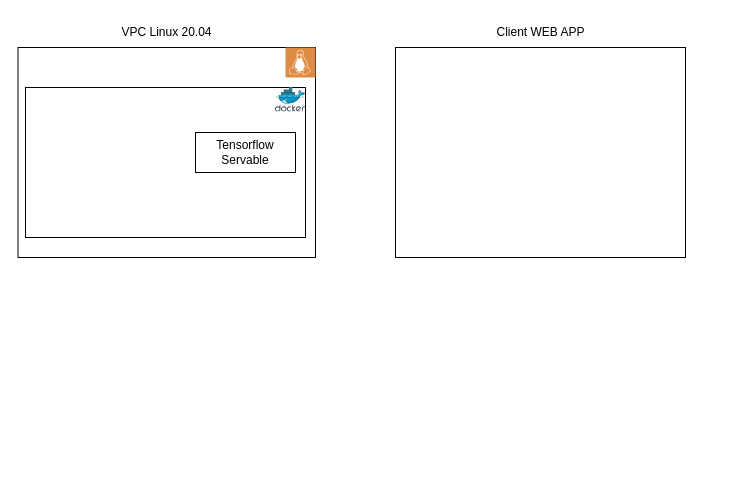
Before: designs/architecture/Tensorflow.drawio in UniversalDot/documents, a draw.io diagram. Source tidied: cells renumbered, new cells numbered last; positions are measured from the earlier drawing's top-left corner, leaving out a move shared by most shapes. Both pictures are drawn from the tidied source at 100%, with x=0, y=0 at pixel (17, 17). Pictures stored in the file or linked from it are replaced by grey dashed boxes.
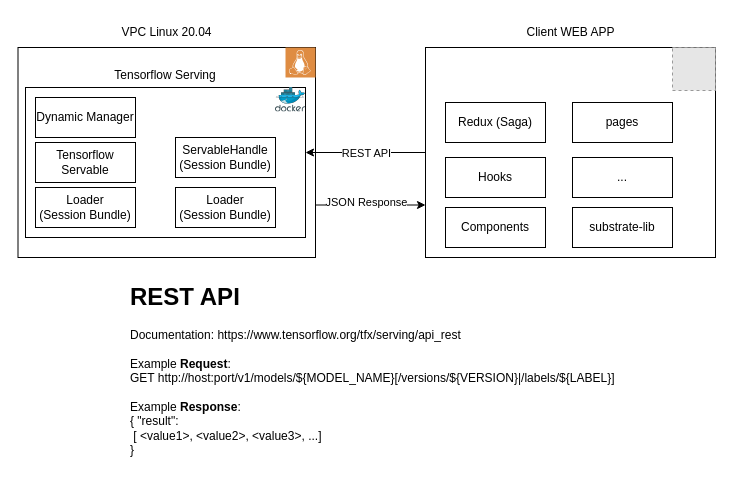
The same page after the edit.

Unchanged cells that the change refers to:
```xml
<mxCell id="3" style="rounded=0;whiteSpace=wrap;html=1;" parent="1" vertex="1">
  <mxGeometry x="0.5" y="30" width="297.5" height="210" as="geometry" />
</mxCell>
```

Diff of the diagram source:
```diff
@@
+    <mxCell id="10" style="edgeStyle=orthogonalEdgeStyle;rounded=0;jettySize=auto;html=1;entryX=0;entryY=0.75;entryDx=0;entryDy=0;exitX=1;exitY=0.75;exitDx=0;exitDy=0;" parent="1" edge="1" source="3" target="8">
+      <mxGeometry relative="1" as="geometry" />
+    </mxCell>
+    <mxCell id="11" value="JSON Response" style="edgeLabel;html=1;align=center;verticalAlign=middle;" parent="10" vertex="1">
+      <mxGeometry x="-0.1" y="3" relative="1" as="geometry" />
+    </mxCell>
@@
     <mxCell id="7" value="Tensorflow Servable" style="rounded=0;whiteSpace=wrap;html=1;" parent="1" vertex="1">
-      <mxGeometry x="178" y="115" width="100" height="40" as="geometry" />
+      <mxGeometry x="18" y="125" width="100" height="40" as="geometry" />
     </mxCell>
+    <mxCell id="12" value="REST API" style="edgeStyle=orthogonalEdgeStyle;rounded=0;jettySize=auto;html=1;" parent="1" edge="1" source="8">
+      <mxGeometry relative="1" as="geometry">
+        <mxPoint x="288" y="135" as="targetPoint" />
+      </mxGeometry>
+    </mxCell>
     <mxCell id="8" style="rounded=0;whiteSpace=wrap;html=1;" parent="1" vertex="1">
-      <mxGeometry x="378" y="30" width="290" height="210" as="geometry" />
+      <mxGeometry x="408" y="30" width="290" height="210" as="geometry" />
     </mxCell>
     <mxCell id="9" value="Client WEB APP" style="text;html=1;strokeColor=none;fillColor=none;align=center;verticalAlign=middle;whiteSpace=wrap;rounded=0;" parent="1" vertex="1">
-      <mxGeometry x="473.6" width="98.8" height="30" as="geometry" />
+      <mxGeometry x="503.6" width="98.8" height="30" as="geometry" />
     </mxCell>
+    <mxCell id="13" value="&lt;h1&gt;REST API&amp;nbsp;&lt;/h1&gt;Documentation: https://www.tensorflow.org/tfx/serving/api_rest&lt;div&gt;&lt;br&gt;&lt;/div&gt;&lt;div&gt;Example &lt;b&gt;Request&lt;/b&gt;:&lt;/div&gt;&lt;div&gt;GET http://host:port/v1/models/${MODEL_NAME}[/versions/${VERSION}|/labels/${LABEL}]&lt;br&gt;&lt;/div&gt;&lt;div&gt;&lt;br&gt;&lt;/div&gt;&lt;div&gt;Example &lt;b&gt;Response&lt;/b&gt;:&lt;/div&gt;&lt;div&gt;{ &quot;result&quot;:&amp;nbsp;&lt;/div&gt;&lt;div&gt;&lt;span style=&quot;white-space: pre;&quot;&gt; &lt;/span&gt;[ &amp;lt;value1&amp;gt;, &amp;lt;value2&amp;gt;, &amp;lt;value3&amp;gt;, ...]&amp;nbsp;&lt;/div&gt;&lt;div&gt;}&lt;br&gt;&lt;/div&gt;&lt;p&gt;&lt;br&gt;&lt;/p&gt;&lt;p&gt;&lt;br&gt;&lt;/p&gt;&lt;p&gt;&lt;br&gt;&lt;/p&gt;" style="text;html=1;strokeColor=none;fillColor=none;spacing=5;spacingTop=-20;whiteSpace=wrap;overflow=hidden;rounded=0;" parent="1" vertex="1">
+      <mxGeometry x="108" y="260" width="510" height="190" as="geometry" />
+    </mxCell>
+    <mxCell id="14" style="fillColor=#E6E6E6;strokeColor=#999999;dashed=1;html=1;verticalAlign=top;verticalLabelPosition=bottom;labelBackgroundColor=#ffffff;" parent="1" vertex="1">
+      <mxGeometry x="655" y="30" width="43" height="43" as="geometry" />
+    </mxCell>
+    <mxCell id="15" value="Loader &lt;br&gt;(Session Bundle)" style="rounded=0;whiteSpace=wrap;html=1;" parent="1" vertex="1">
+      <mxGeometry x="18" y="170" width="100" height="40" as="geometry" />
+    </mxCell>
+    <mxCell id="16" value="Loader &lt;br&gt;(Session Bundle)" style="rounded=0;whiteSpace=wrap;html=1;" parent="1" vertex="1">
+      <mxGeometry x="158" y="170" width="100" height="40" as="geometry" />
+    </mxCell>
+    <mxCell id="17" value="Dynamic Manager" style="rounded=0;whiteSpace=wrap;html=1;" parent="1" vertex="1">
+      <mxGeometry x="18" y="80" width="100" height="40" as="geometry" />
+    </mxCell>
+    <mxCell id="18" value="ServableHandle&lt;br&gt;(Session Bundle)" style="rounded=0;whiteSpace=wrap;html=1;" parent="1" vertex="1">
+      <mxGeometry x="158" y="120" width="100" height="40" as="geometry" />
+    </mxCell>
+    <mxCell id="19" value="Tensorflow Serving" style="text;html=1;strokeColor=none;fillColor=none;align=center;verticalAlign=middle;whiteSpace=wrap;rounded=0;" parent="1" vertex="1">
+      <mxGeometry x="93.9" y="43" width="108.1" height="30" as="geometry" />
+    </mxCell>
+    <mxCell id="20" value="Components" style="rounded=0;whiteSpace=wrap;html=1;" parent="1" vertex="1">
+      <mxGeometry x="428" y="190" width="100" height="40" as="geometry" />
+    </mxCell>
+    <mxCell id="21" value="substrate-lib" style="rounded=0;whiteSpace=wrap;html=1;" parent="1" vertex="1">
+      <mxGeometry x="555" y="190" width="100" height="40" as="geometry" />
+    </mxCell>
+    <mxCell id="22" value="Hooks" style="rounded=0;whiteSpace=wrap;html=1;" parent="1" vertex="1">
+      <mxGeometry x="428" y="140" width="100" height="40" as="geometry" />
+    </mxCell>
+    <mxCell id="23" value="Redux (Saga)" style="rounded=0;whiteSpace=wrap;html=1;" parent="1" vertex="1">
+      <mxGeometry x="428" y="85" width="100" height="40" as="geometry" />
+    </mxCell>
+    <mxCell id="24" value="pages" style="rounded=0;whiteSpace=wrap;html=1;" parent="1" vertex="1">
+      <mxGeometry x="555" y="85" width="100" height="40" as="geometry" />
+    </mxCell>
+    <mxCell id="25" value="..." style="rounded=0;whiteSpace=wrap;html=1;" parent="1" vertex="1">
+      <mxGeometry x="555" y="140" width="100" height="40" as="geometry" />
+    </mxCell>
```
